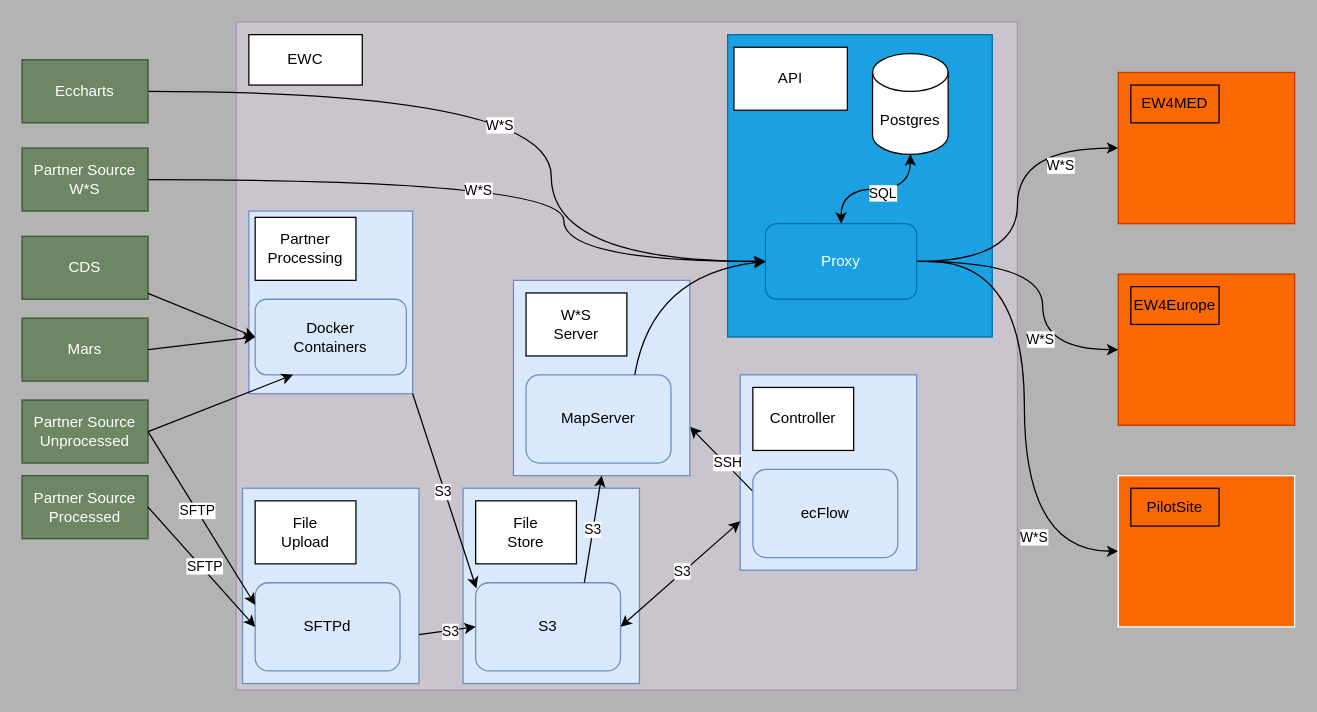
The draw.io diagram gobeyond-api-tech.external-wms.drawio in ec-snee/draw-io, before the edit. Source tidied: cells renumbered, new cells numbered last; positions are measured from the earlier drawing's top-left corner, leaving out a move shared by most shapes. Both pictures are drawn from the tidied source at 126%, with x=0, y=0 at pixel (21, 21).
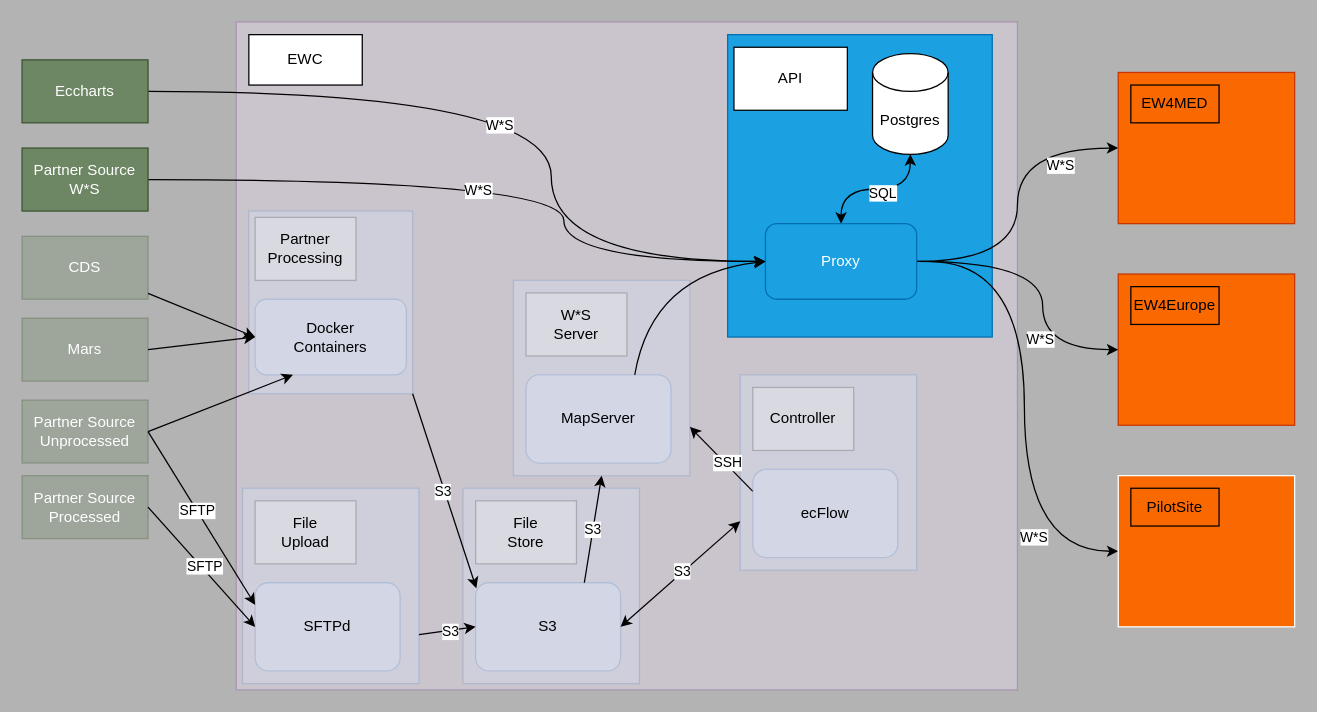
The same diagram, later.

Commit message:
greyed out unused sections for this use case

The edit, as a diff of the source:
```diff
@@
-    <mxCell id="21" style="rounded=0;whiteSpace=wrap;html=1;fillColor=#dae8fc;strokeColor=#6c8ebf;" parent="1" vertex="1">
+    <mxCell id="21" style="rounded=0;whiteSpace=wrap;html=1;fillColor=#dae8fc;strokeColor=#6c8ebf;opacity=30;" parent="1" vertex="1">
       <mxGeometry x="350" y="370" width="140" height="155" as="geometry" />
     </mxCell>
-    <mxCell id="22" value="File&lt;br&gt;Store" style="rounded=0;whiteSpace=wrap;html=1;" parent="1" vertex="1">
+    <mxCell id="22" value="File&lt;br&gt;Store" style="rounded=0;whiteSpace=wrap;html=1;opacity=20;" parent="1" vertex="1">
       <mxGeometry x="360" y="380" width="80" height="50" as="geometry" />
     </mxCell>
-    <mxCell id="23" style="rounded=0;whiteSpace=wrap;html=1;fillColor=#dae8fc;strokeColor=#6c8ebf;" parent="1" vertex="1">
+    <mxCell id="23" style="rounded=0;whiteSpace=wrap;html=1;fillColor=#dae8fc;strokeColor=#6c8ebf;opacity=30;" parent="1" vertex="1">
       <mxGeometry x="180" y="150" width="130" height="145" as="geometry" />
     </mxCell>
-    <mxCell id="24" value="S3" style="rounded=1;whiteSpace=wrap;html=1;fillColor=#dae8fc;strokeColor=#6c8ebf;" parent="1" vertex="1">
+    <mxCell id="24" value="S3" style="rounded=1;whiteSpace=wrap;html=1;fillColor=#dae8fc;strokeColor=#6c8ebf;opacity=30;" parent="1" vertex="1">
       <mxGeometry x="360" y="445" width="115" height="70" as="geometry" />
     </mxCell>
@@
-    <mxCell id="26" value="&lt;div&gt;Docker&lt;/div&gt;&lt;div&gt;Containers&lt;/div&gt;" style="rounded=1;whiteSpace=wrap;html=1;fillColor=#dae8fc;strokeColor=#6c8ebf;" parent="1" vertex="1">
+    <mxCell id="26" value="&lt;div&gt;Docker&lt;/div&gt;&lt;div&gt;Containers&lt;/div&gt;" style="rounded=1;whiteSpace=wrap;html=1;fillColor=#dae8fc;strokeColor=#6c8ebf;opacity=30;" parent="1" vertex="1">
       <mxGeometry x="185" y="220" width="120" height="60" as="geometry" />
     </mxCell>
-    <mxCell id="27" value="CDS" style="rounded=0;whiteSpace=wrap;html=1;fillColor=#6d8764;fontColor=#ffffff;strokeColor=#3A5431;" parent="1" vertex="1">
+    <mxCell id="27" value="CDS" style="rounded=0;whiteSpace=wrap;html=1;fillColor=#6d8764;fontColor=#ffffff;strokeColor=#3A5431;opacity=30;" parent="1" vertex="1">
       <mxGeometry y="170" width="100" height="50" as="geometry" />
     </mxCell>
-    <mxCell id="28" value="Mars" style="rounded=0;whiteSpace=wrap;html=1;fillColor=#6d8764;fontColor=#ffffff;strokeColor=#3A5431;" parent="1" vertex="1">
+    <mxCell id="28" value="Mars" style="rounded=0;whiteSpace=wrap;html=1;fillColor=#6d8764;fontColor=#ffffff;strokeColor=#3A5431;opacity=30;" parent="1" vertex="1">
       <mxGeometry y="235" width="100" height="50" as="geometry" />
     </mxCell>
-    <mxCell id="29" value="Partner Source&lt;div&gt;Unprocessed&lt;/div&gt;" style="rounded=0;whiteSpace=wrap;html=1;fillColor=#6d8764;fontColor=#ffffff;strokeColor=#3A5431;" parent="1" vertex="1">
+    <mxCell id="29" value="Partner Source&lt;div&gt;Unprocessed&lt;/div&gt;" style="rounded=0;whiteSpace=wrap;html=1;fillColor=#6d8764;fontColor=#ffffff;strokeColor=#3A5431;opacity=30;" parent="1" vertex="1">
       <mxGeometry y="300" width="100" height="50" as="geometry" />
     </mxCell>
-    <mxCell id="30" value="Partner Source&lt;div&gt;Processed&lt;/div&gt;" style="rounded=0;whiteSpace=wrap;html=1;fillColor=#6d8764;fontColor=#ffffff;strokeColor=#3A5431;" parent="1" vertex="1">
+    <mxCell id="30" value="Partner Source&lt;div&gt;Processed&lt;/div&gt;" style="rounded=0;whiteSpace=wrap;html=1;fillColor=#6d8764;fontColor=#ffffff;strokeColor=#3A5431;opacity=30;" parent="1" vertex="1">
       <mxGeometry y="360" width="100" height="50" as="geometry" />
     </mxCell>
@@
-    <mxCell id="37" value="Partner&lt;div&gt;Processing&lt;br&gt;&lt;/div&gt;" style="rounded=0;whiteSpace=wrap;html=1;" parent="1" vertex="1">
+    <mxCell id="37" value="Partner&lt;div&gt;Processing&lt;br&gt;&lt;/div&gt;" style="rounded=0;whiteSpace=wrap;html=1;opacity=20;" parent="1" vertex="1">
       <mxGeometry x="185" y="155" width="80" height="50" as="geometry" />
     </mxCell>
-    <mxCell id="38" style="rounded=0;whiteSpace=wrap;html=1;fillColor=#dae8fc;strokeColor=#6c8ebf;" parent="1" vertex="1">
+    <mxCell id="38" style="rounded=0;whiteSpace=wrap;html=1;fillColor=#dae8fc;strokeColor=#6c8ebf;opacity=30;" parent="1" vertex="1">
       <mxGeometry x="570" y="280" width="140" height="155" as="geometry" />
     </mxCell>
-    <mxCell id="39" value="Controller" style="rounded=0;whiteSpace=wrap;html=1;" parent="1" vertex="1">
+    <mxCell id="39" value="Controller" style="rounded=0;whiteSpace=wrap;html=1;opacity=20;" parent="1" vertex="1">
       <mxGeometry x="580" y="290" width="80" height="50" as="geometry" />
     </mxCell>
@@
-    <mxCell id="42" value="&lt;div&gt;ecFlow&lt;/div&gt;" style="rounded=1;whiteSpace=wrap;html=1;fillColor=#dae8fc;strokeColor=#6c8ebf;" parent="1" vertex="1">
+    <mxCell id="42" value="&lt;div&gt;ecFlow&lt;/div&gt;" style="rounded=1;whiteSpace=wrap;html=1;fillColor=#dae8fc;strokeColor=#6c8ebf;opacity=30;" parent="1" vertex="1">
       <mxGeometry x="580" y="355" width="115" height="70" as="geometry" />
     </mxCell>
-    <mxCell id="43" style="rounded=0;whiteSpace=wrap;html=1;fillColor=#dae8fc;strokeColor=#6c8ebf;" parent="1" vertex="1">
+    <mxCell id="43" style="rounded=0;whiteSpace=wrap;html=1;fillColor=#dae8fc;strokeColor=#6c8ebf;opacity=30;" parent="1" vertex="1">
       <mxGeometry x="175" y="370" width="140" height="155" as="geometry" />
     </mxCell>
-    <mxCell id="44" value="&lt;div&gt;File&lt;/div&gt;Upload" style="rounded=0;whiteSpace=wrap;html=1;" parent="1" vertex="1">
+    <mxCell id="44" value="&lt;div&gt;File&lt;/div&gt;Upload" style="rounded=0;whiteSpace=wrap;html=1;opacity=20;" parent="1" vertex="1">
       <mxGeometry x="185" y="380" width="80" height="50" as="geometry" />
     </mxCell>
-    <mxCell id="45" value="SFTPd" style="rounded=1;whiteSpace=wrap;html=1;fillColor=#dae8fc;strokeColor=#6c8ebf;" parent="1" vertex="1">
+    <mxCell id="45" value="SFTPd" style="rounded=1;whiteSpace=wrap;html=1;fillColor=#dae8fc;strokeColor=#6c8ebf;opacity=30;" parent="1" vertex="1">
       <mxGeometry x="185" y="445" width="115" height="70" as="geometry" />
     </mxCell>
-    <mxCell id="46" style="rounded=0;whiteSpace=wrap;html=1;fillColor=#dae8fc;strokeColor=#6c8ebf;" parent="1" vertex="1">
+    <mxCell id="46" style="rounded=0;whiteSpace=wrap;html=1;fillColor=#dae8fc;strokeColor=#6c8ebf;opacity=30;" parent="1" vertex="1">
       <mxGeometry x="390" y="205" width="140" height="155" as="geometry" />
     </mxCell>
-    <mxCell id="47" value="W*S&lt;div&gt;&lt;/div&gt;&lt;div&gt;Server&lt;/div&gt;" style="rounded=0;whiteSpace=wrap;html=1;" parent="1" vertex="1">
+    <mxCell id="47" value="W*S&lt;div&gt;&lt;/div&gt;&lt;div&gt;Server&lt;/div&gt;" style="rounded=0;whiteSpace=wrap;html=1;opacity=20;" parent="1" vertex="1">
       <mxGeometry x="400" y="215" width="80" height="50" as="geometry" />
     </mxCell>
-    <mxCell id="48" value="MapServer" style="rounded=1;whiteSpace=wrap;html=1;fillColor=#dae8fc;strokeColor=#6c8ebf;" parent="1" vertex="1">
+    <mxCell id="48" value="MapServer" style="rounded=1;whiteSpace=wrap;html=1;fillColor=#dae8fc;strokeColor=#6c8ebf;opacity=30;" parent="1" vertex="1">
       <mxGeometry x="400" y="280" width="115" height="70" as="geometry" />
     </mxCell>
```
